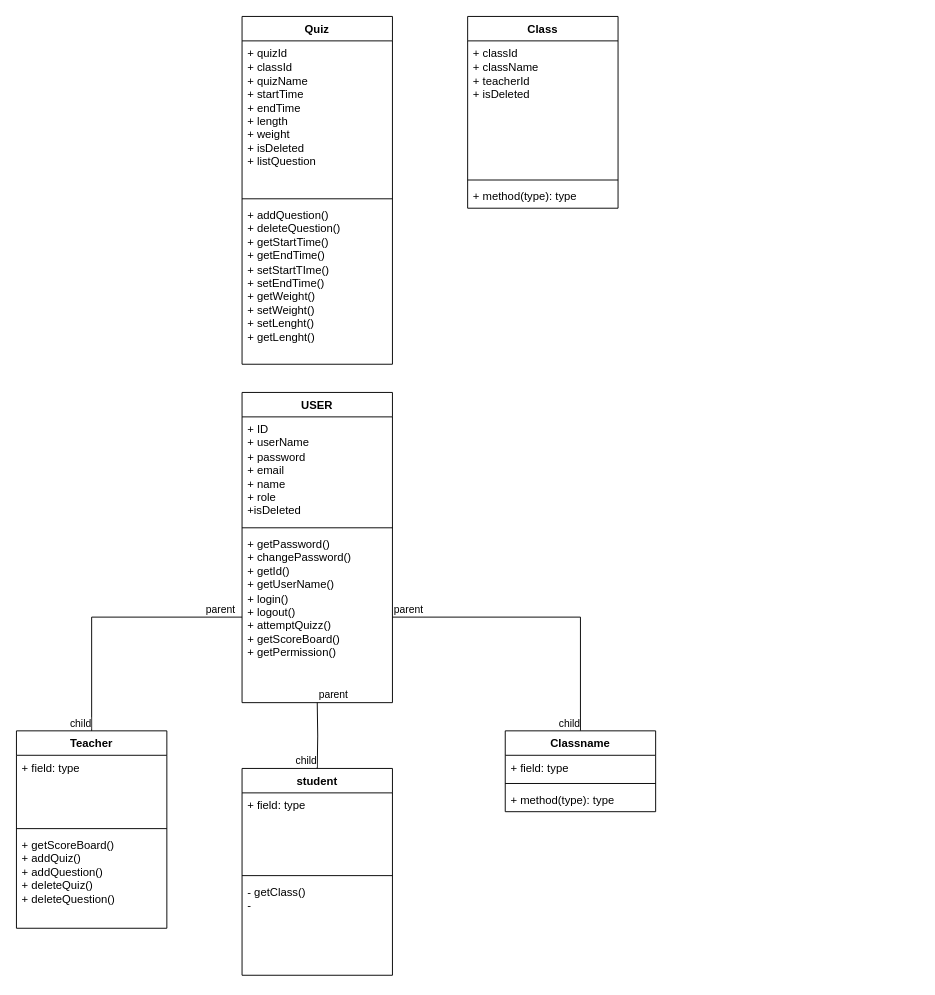
This is Untitled Diagram.drawio from duythien2212/MiniProject_SE104, a draw.io file, before an edit. Source tidied: cells renumbered, new cells numbered last; positions are measured from the earlier drawing's top-left corner, leaving out a move shared by most shapes. Both pictures are drawn from the tidied source at 94%, with x=0, y=0 at pixel (16, 16).
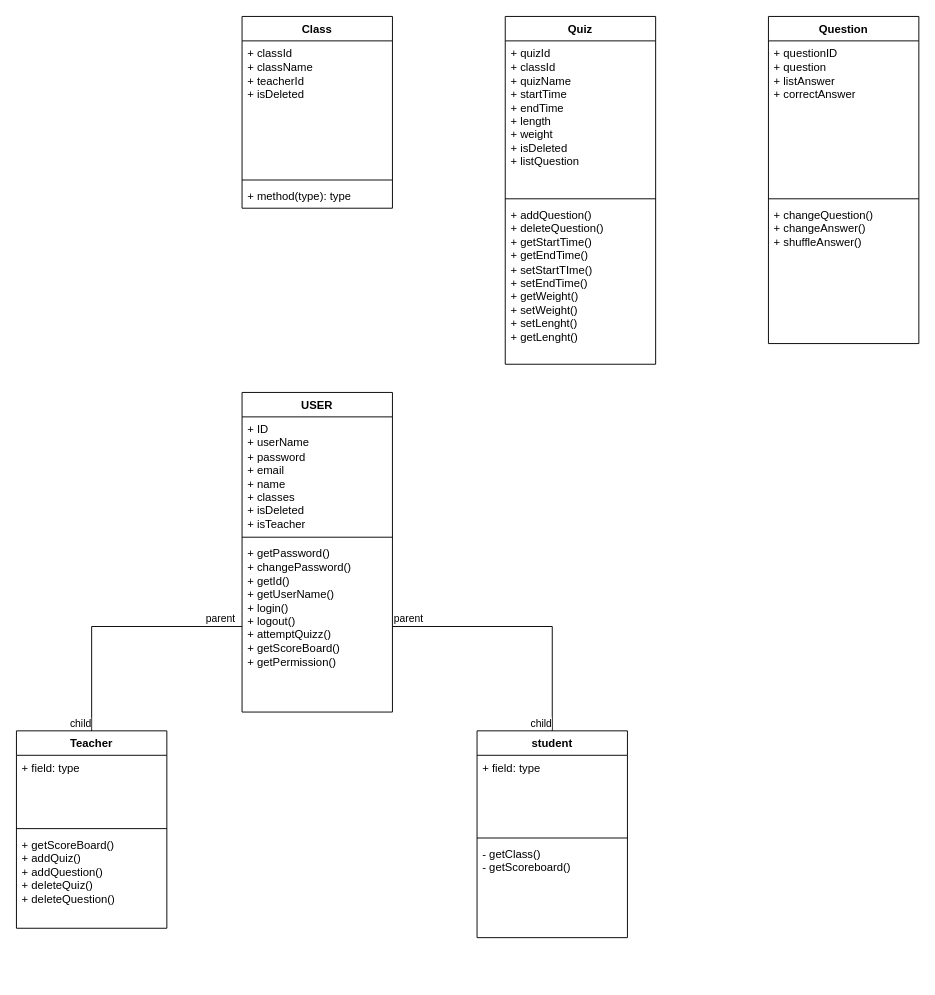
Above is the later version.

The edit, as a diff of the source:
```diff
@@
     <mxCell id="2" value="USER" style="swimlane;fontStyle=1;align=center;verticalAlign=top;horizontal=1;startSize=26;whiteSpace=wrap;html=1;" parent="1" vertex="1">
-      <mxGeometry x="240" y="400" width="160" height="330" as="geometry" />
+      <mxGeometry x="240" y="400" width="160" height="340" as="geometry" />
     </mxCell>
-    <mxCell id="3" value="+ ID&lt;br&gt;+ userName&lt;br&gt;+ password&lt;br&gt;+ email&lt;br&gt;+ name&lt;br&gt;+ role&lt;br&gt;+isDeleted&amp;nbsp;" style="text;strokeColor=none;fillColor=none;align=left;verticalAlign=top;spacingLeft=4;spacingRight=4;overflow=hidden;whiteSpace=wrap;html=1;" parent="2" vertex="1">
-      <mxGeometry y="26" width="160" height="114" as="geometry" />
+    <mxCell id="3" value="+ ID&lt;br&gt;+ userName&lt;br&gt;+ password&lt;br&gt;+ email&lt;br&gt;+ name&lt;br&gt;+ classes&lt;br&gt;+ isDeleted&amp;nbsp;&lt;br&gt;+ isTeacher" style="text;strokeColor=none;fillColor=none;align=left;verticalAlign=top;spacingLeft=4;spacingRight=4;overflow=hidden;whiteSpace=wrap;html=1;" parent="2" vertex="1">
+      <mxGeometry y="26" width="160" height="124" as="geometry" />
     </mxCell>
     <mxCell id="4" style="line;strokeWidth=1;fillColor=none;align=left;verticalAlign=middle;spacingTop=-1;spacingLeft=3;spacingRight=3;labelPosition=right;strokeColor=inherit;" parent="2" vertex="1">
-      <mxGeometry y="140" width="160" height="8" as="geometry" />
+      <mxGeometry y="150" width="160" height="8" as="geometry" />
     </mxCell>
     <mxCell id="5" value="+ getPassword()&amp;nbsp;&lt;br&gt;+ changePassword()&amp;nbsp;&lt;br&gt;+ getId()&amp;nbsp;&lt;br&gt;+ getUserName()&amp;nbsp;&lt;br&gt;+ login()&amp;nbsp;&lt;br&gt;+ logout()&amp;nbsp;&lt;br&gt;+ attemptQuizz()&amp;nbsp;&lt;br&gt;+ getScoreBoard()&amp;nbsp;&lt;br&gt;+ getPermission()&lt;br&gt;" style="text;strokeColor=none;fillColor=none;align=left;verticalAlign=top;spacingLeft=4;spacingRight=4;overflow=hidden;points=[[0,0.5],[1,0.5]];portConstraint=eastwest;whiteSpace=wrap;html=1;" parent="2" vertex="1">
-      <mxGeometry y="148" width="160" height="182" as="geometry" />
+      <mxGeometry y="158" width="160" height="182" as="geometry" />
     </mxCell>
     <mxCell id="6" value="Quiz" style="swimlane;fontStyle=1;align=center;verticalAlign=top;horizontal=1;startSize=26;whiteSpace=wrap;html=1;" parent="1" vertex="1">
-      <mxGeometry x="240" width="160" height="370" as="geometry" />
+      <mxGeometry x="520" width="160" height="370" as="geometry" />
     </mxCell>
@@
     <mxCell id="10" value="Class" style="swimlane;fontStyle=1;align=center;verticalAlign=top;horizontal=1;startSize=26;whiteSpace=wrap;html=1;" parent="1" vertex="1">
-      <mxGeometry x="480" width="160" height="204" as="geometry" />
+      <mxGeometry x="240" width="160" height="204" as="geometry" />
     </mxCell>
@@
-    <mxCell id="14" style="endArrow=none;html=1;edgeStyle=orthogonalEdgeStyle;rounded=0;exitX=1;exitY=0.5;exitDx=0;exitDy=0;" parent="1" edge="1" source="5" target="17">
-      <mxGeometry relative="1" as="geometry" />
-    </mxCell>
-    <mxCell id="15" value="parent" style="edgeLabel;html=1;align=left;verticalAlign=bottom;" parent="14" vertex="1">
-      <mxGeometry x="-1" relative="1" as="geometry" />
-    </mxCell>
-    <mxCell id="16" value="child" style="edgeLabel;html=1;align=right;verticalAlign=bottom;" parent="14" vertex="1">
-      <mxGeometry x="1" relative="1" as="geometry" />
-    </mxCell>
-    <mxCell id="17" value="Classname" style="swimlane;fontStyle=1;align=center;verticalAlign=top;horizontal=1;startSize=26;whiteSpace=wrap;html=1;" parent="1" vertex="1">
-      <mxGeometry x="520" y="760" width="160" height="86" as="geometry" />
-    </mxCell>
-    <mxCell id="18" value="+ field: type" style="text;strokeColor=none;fillColor=none;align=left;verticalAlign=top;spacingLeft=4;spacingRight=4;overflow=hidden;whiteSpace=wrap;html=1;" parent="17" vertex="1">
-      <mxGeometry y="26" width="160" height="26" as="geometry" />
-    </mxCell>
-    <mxCell id="19" style="line;strokeWidth=1;fillColor=none;align=left;verticalAlign=middle;spacingTop=-1;spacingLeft=3;spacingRight=3;labelPosition=right;strokeColor=inherit;" parent="17" vertex="1">
-      <mxGeometry y="52" width="160" height="8" as="geometry" />
-    </mxCell>
-    <mxCell id="20" value="+ method(type): type" style="text;strokeColor=none;fillColor=none;align=left;verticalAlign=top;spacingLeft=4;spacingRight=4;overflow=hidden;whiteSpace=wrap;html=1;" parent="17" vertex="1">
-      <mxGeometry y="60" width="160" height="26" as="geometry" />
-    </mxCell>
     <mxCell id="21" value="student" style="swimlane;fontStyle=1;align=center;verticalAlign=top;horizontal=1;startSize=26;whiteSpace=wrap;html=1;" parent="1" vertex="1">
-      <mxGeometry x="240" y="800" width="160" height="220" as="geometry" />
+      <mxGeometry x="490" y="760" width="160" height="220" as="geometry" />
     </mxCell>
@@
-    <mxCell id="24" value="- getClass()&amp;nbsp;&lt;br&gt;-&amp;nbsp;" style="text;strokeColor=none;fillColor=none;align=left;verticalAlign=top;spacingLeft=4;spacingRight=4;overflow=hidden;whiteSpace=wrap;html=1;" parent="21" vertex="1">
+    <mxCell id="24" value="- getClass()&amp;nbsp;&lt;br&gt;- getScoreboard()" style="text;strokeColor=none;fillColor=none;align=left;verticalAlign=top;spacingLeft=4;spacingRight=4;overflow=hidden;whiteSpace=wrap;html=1;" parent="21" vertex="1">
       <mxGeometry y="118" width="160" height="102" as="geometry" />
     </mxCell>
@@
-    <mxCell id="29" style="endArrow=none;html=1;edgeStyle=orthogonalEdgeStyle;rounded=0;" parent="1" edge="1" target="21">
-      <mxGeometry relative="1" as="geometry">
-        <mxPoint x="320" y="730" as="sourcePoint" />
-      </mxGeometry>
+    <mxCell id="29" style="endArrow=none;html=1;edgeStyle=orthogonalEdgeStyle;rounded=0;exitX=1;exitY=0.5;exitDx=0;exitDy=0;" parent="1" edge="1" source="5" target="21">
+      <mxGeometry relative="1" as="geometry" />
     </mxCell>
@@
+    <mxCell id="35" value="Question" style="swimlane;fontStyle=1;align=center;verticalAlign=top;horizontal=1;startSize=26;whiteSpace=wrap;html=1;" parent="1" vertex="1">
+      <mxGeometry x="800" width="160" height="348" as="geometry" />
+    </mxCell>
+    <mxCell id="36" value="+ questionID&lt;br&gt;+ question&lt;br&gt;+ listAnswer&lt;br&gt;+ correctAnswer" style="text;strokeColor=none;fillColor=none;align=left;verticalAlign=top;spacingLeft=4;spacingRight=4;overflow=hidden;whiteSpace=wrap;html=1;" parent="35" vertex="1">
+      <mxGeometry y="26" width="160" height="164" as="geometry" />
+    </mxCell>
+    <mxCell id="37" style="line;strokeWidth=1;fillColor=none;align=left;verticalAlign=middle;spacingTop=-1;spacingLeft=3;spacingRight=3;labelPosition=right;strokeColor=inherit;" parent="35" vertex="1">
+      <mxGeometry y="190" width="160" height="8" as="geometry" />
+    </mxCell>
+    <mxCell id="38" value="+ changeQuestion()&lt;br&gt;+ changeAnswer()&lt;br&gt;+ shuffleAnswer()" style="text;strokeColor=none;fillColor=none;align=left;verticalAlign=top;spacingLeft=4;spacingRight=4;overflow=hidden;whiteSpace=wrap;html=1;" parent="35" vertex="1">
+      <mxGeometry y="198" width="160" height="150" as="geometry" />
+    </mxCell>
```
